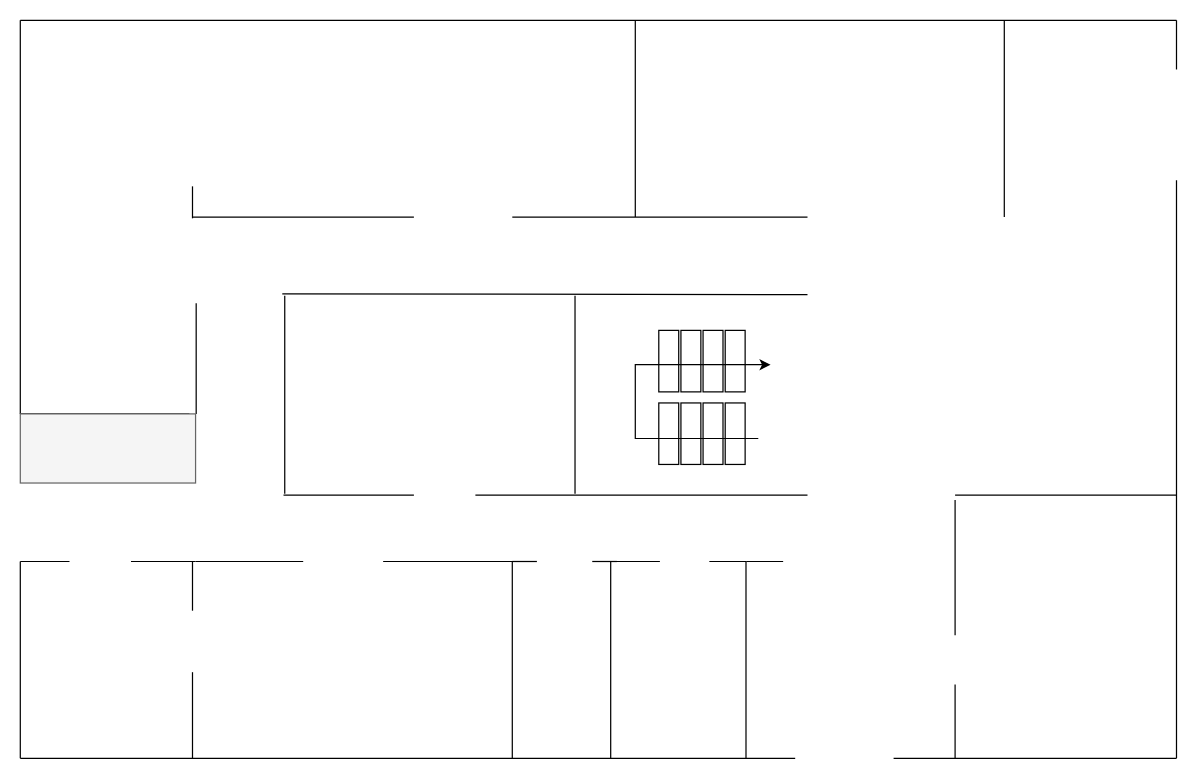
meetSeb/Computer-Network keeps this draw.io diagram as Gebäudeplan_EG.drawio. Above is the earlier version. Source tidied: cells renumbered, new cells numbered last; positions are measured from the earlier drawing's top-left corner, leaving out a move shared by most shapes. Both pictures are drawn from the tidied source at 123%, with x=0, y=0 at pixel (20, 20).
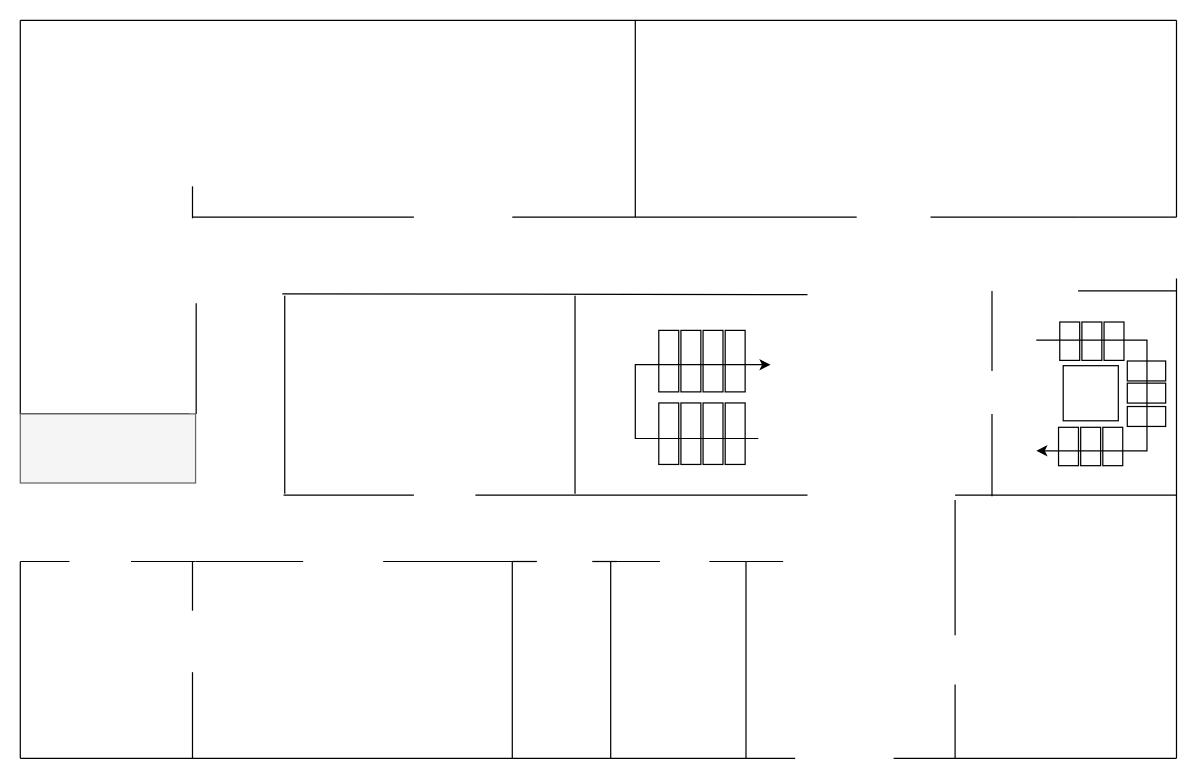
Above is the later version.

Diff of the diagram source:
```diff
@@
     <mxCell id="7" style="endArrow=none;html=1;rounded=0;strokeColor=#000000;" parent="1" edge="1">
       <mxGeometry relative="1" as="geometry">
-        <mxPoint x="940" y="130" as="sourcePoint" />
+        <mxPoint x="940" y="210" as="sourcePoint" />
         <mxPoint x="940" y="600" as="targetPoint" />
       </mxGeometry>
     </mxCell>
     <mxCell id="8" style="endArrow=none;html=1;rounded=0;strokeColor=#000000;" parent="1" edge="1">
       <mxGeometry relative="1" as="geometry">
-        <mxPoint x="940" y="40" as="sourcePoint" />
+        <mxPoint x="940" y="160" as="sourcePoint" />
         <mxPoint x="940" as="targetPoint" />
       </mxGeometry>
     </mxCell>
@@
     <mxCell id="17" style="endArrow=none;html=1;rounded=0;strokeColor=#000000;" parent="1" edge="1">
       <mxGeometry relative="1" as="geometry">
-        <mxPoint x="800" as="sourcePoint" />
-        <mxPoint x="800" y="160" as="targetPoint" />
+        <mxPoint x="860" y="160" as="sourcePoint" />
+        <mxPoint x="740" y="160" as="targetPoint" />
       </mxGeometry>
     </mxCell>
@@
     <mxCell id="24" style="endArrow=none;html=1;rounded=0;strokeColor=#000000;" parent="1" edge="1">
       <mxGeometry relative="1" as="geometry">
         <mxPoint x="400" y="160" as="sourcePoint" />
-        <mxPoint x="640" y="160" as="targetPoint" />
+        <mxPoint x="680" y="160" as="targetPoint" />
       </mxGeometry>
     </mxCell>
@@
+    <mxCell id="48" style="rounded=0;whiteSpace=wrap;html=1;rotation=90;strokeColor=#000000;" parent="1" vertex="1">
+      <mxGeometry x="836.6" y="338.4" width="31.2" height="16.2" as="geometry" />
+    </mxCell>
+    <mxCell id="49" style="rounded=0;whiteSpace=wrap;html=1;rotation=90;strokeColor=#000000;" parent="1" vertex="1">
+      <mxGeometry x="872.6" y="338.4" width="31.2" height="16.2" as="geometry" />
+    </mxCell>
+    <mxCell id="50" style="rounded=0;whiteSpace=wrap;html=1;rotation=90;strokeColor=#000000;" parent="1" vertex="1">
+      <mxGeometry x="837.6" y="252.8" width="31.2" height="16.2" as="geometry" />
+    </mxCell>
+    <mxCell id="51" style="rounded=0;whiteSpace=wrap;html=1;rotation=90;strokeColor=#000000;" parent="1" vertex="1">
+      <mxGeometry x="855.6" y="252.8" width="31.2" height="16.2" as="geometry" />
+    </mxCell>
+    <mxCell id="52" style="rounded=0;whiteSpace=wrap;html=1;rotation=90;strokeColor=#000000;" parent="1" vertex="1">
+      <mxGeometry x="873.6" y="252.8" width="31.2" height="16.2" as="geometry" />
+    </mxCell>
+    <mxCell id="53" style="rounded=0;whiteSpace=wrap;html=1;rotation=-180;strokeColor=#000000;" parent="1" vertex="1">
+      <mxGeometry x="900" y="277" width="31.2" height="16.2" as="geometry" />
+    </mxCell>
+    <mxCell id="54" style="rounded=0;whiteSpace=wrap;html=1;rotation=-180;strokeColor=#000000;" parent="1" vertex="1">
+      <mxGeometry x="900" y="295" width="31.2" height="16.2" as="geometry" />
+    </mxCell>
+    <mxCell id="55" style="rounded=0;whiteSpace=wrap;html=1;rotation=-180;strokeColor=#000000;" parent="1" vertex="1">
+      <mxGeometry x="900" y="314" width="31.2" height="16.2" as="geometry" />
+    </mxCell>
+    <mxCell id="56" style="whiteSpace=wrap;html=1;strokeColor=#000000;" parent="1" vertex="1">
+      <mxGeometry x="847.9" y="280.8" width="44.8" height="44.8" as="geometry" />
+    </mxCell>
+    <mxCell id="57" style="rounded=0;whiteSpace=wrap;html=1;rotation=90;strokeColor=#000000;" parent="1" vertex="1">
+      <mxGeometry x="854.6" y="338.4" width="31.2" height="16.2" as="geometry" />
+    </mxCell>
+    <mxCell id="58" style="endArrow=classic;html=1;rounded=0;" parent="1" edge="1">
+      <mxGeometry relative="1" as="geometry">
+        <mxPoint x="826" y="260" as="sourcePoint" />
+        <mxPoint x="826" y="350" as="targetPoint" />
+        <Array as="points">
+          <mxPoint x="916" y="260" />
+          <mxPoint x="916" y="300" />
+          <mxPoint x="916" y="350" />
+        </Array>
+      </mxGeometry>
+    </mxCell>
+    <mxCell id="59" style="endArrow=none;html=1;rounded=0;strokeColor=#000000;" parent="1" edge="1">
+      <mxGeometry relative="1" as="geometry">
+        <mxPoint x="860" y="160" as="sourcePoint" />
+        <mxPoint x="940" y="160" as="targetPoint" />
+      </mxGeometry>
+    </mxCell>
+    <mxCell id="60" style="endArrow=none;html=1;rounded=0;strokeColor=#000000;" parent="1" edge="1">
+      <mxGeometry relative="1" as="geometry">
+        <mxPoint x="790" y="320" as="sourcePoint" />
+        <mxPoint x="790" y="387" as="targetPoint" />
+      </mxGeometry>
+    </mxCell>
+    <mxCell id="61" style="endArrow=none;html=1;rounded=0;strokeColor=#000000;" parent="1" edge="1">
+      <mxGeometry relative="1" as="geometry">
+        <mxPoint x="790" y="220" as="sourcePoint" />
+        <mxPoint x="790" y="285.2" as="targetPoint" />
+      </mxGeometry>
+    </mxCell>
+    <mxCell id="62" style="endArrow=none;html=1;rounded=0;strokeColor=#000000;" parent="1" edge="1">
+      <mxGeometry relative="1" as="geometry">
+        <mxPoint x="860" y="220" as="sourcePoint" />
+        <mxPoint x="940" y="220" as="targetPoint" />
+      </mxGeometry>
+    </mxCell>
```
